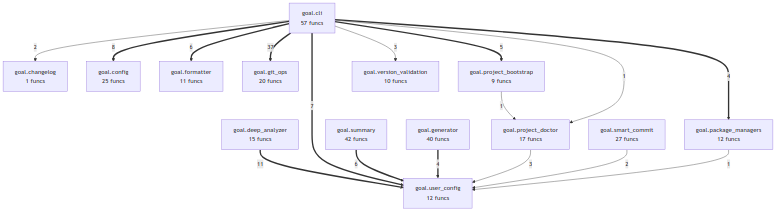
The Mermaid diagram project/compact_flow.png in semcod/goal, before a commit. Its source is kept beside it as project/compact_flow.mmd.
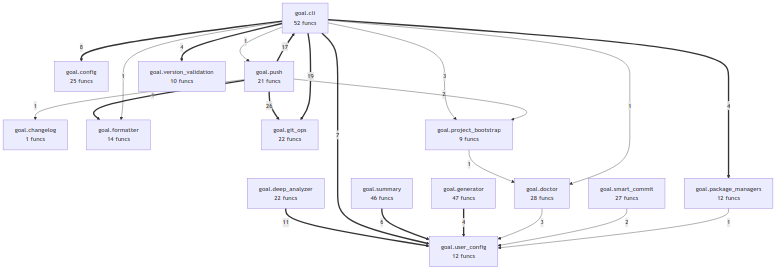
The same diagram one commit later.

The edit, as a diff of the source:
```diff
@@ -1,31 +1,37 @@
 flowchart TD
     goal_changelog["goal.changelog<br/>1 funcs"]
-    goal_cli["goal.cli<br/>57 funcs"]
+    goal_cli["goal.cli<br/>52 funcs"]
     goal_config["goal.config<br/>25 funcs"]
-    goal_deep_analyzer["goal.deep_analyzer<br/>15 funcs"]
-    goal_formatter["goal.formatter<br/>11 funcs"]
-    goal_generator["goal.generator<br/>40 funcs"]
-    goal_git_ops["goal.git_ops<br/>20 funcs"]
+    goal_deep_analyzer["goal.deep_analyzer<br/>22 funcs"]
+    goal_doctor["goal.doctor<br/>28 funcs"]
+    goal_formatter["goal.formatter<br/>14 funcs"]
+    goal_generator["goal.generator<br/>47 funcs"]
+    goal_git_ops["goal.git_ops<br/>22 funcs"]
     goal_package_managers["goal.package_managers<br/>12 funcs"]
     goal_project_bootstrap["goal.project_bootstrap<br/>9 funcs"]
-    goal_project_doctor["goal.project_doctor<br/>17 funcs"]
+    goal_push["goal.push<br/>21 funcs"]
     goal_smart_commit["goal.smart_commit<br/>27 funcs"]
-    goal_summary["goal.summary<br/>42 funcs"]
+    goal_summary["goal.summary<br/>46 funcs"]
     goal_user_config["goal.user_config<br/>12 funcs"]
     goal_version_validation["goal.version_validation<br/>10 funcs"]
-    goal_cli ==>|37| goal_git_ops
+    goal_push ==>|26| goal_git_ops
+    goal_cli ==>|19| goal_git_ops
+    goal_push ==>|17| goal_cli
     goal_deep_analyzer ==>|11| goal_user_config
     goal_cli ==>|8| goal_config
     goal_cli ==>|7| goal_user_config
-    goal_cli ==>|6| goal_formatter
     goal_summary ==>|6| goal_user_config
-    goal_cli ==>|5| goal_project_bootstrap
     goal_generator ==>|4| goal_user_config
+    goal_push ==>|4| goal_formatter
+    goal_cli ==>|4| goal_version_validation
     goal_cli ==>|4| goal_package_managers
-    goal_cli -->|3| goal_version_validation
-    goal_project_doctor -->|3| goal_user_config
+    goal_cli -->|3| goal_project_bootstrap
+    goal_doctor -->|3| goal_user_config
+    goal_push -->|2| goal_project_bootstrap
     goal_smart_commit -->|2| goal_user_config
-    goal_cli -->|2| goal_changelog
-    goal_project_bootstrap -->|1| goal_project_doctor
-    goal_cli -->|1| goal_project_doctor
+    goal_project_bootstrap -->|1| goal_doctor
+    goal_cli -->|1| goal_doctor
+    goal_cli -->|1| goal_formatter
+    goal_cli -->|1| goal_push
     goal_package_managers -->|1| goal_user_config
+    goal_push -->|1| goal_changelog
```
